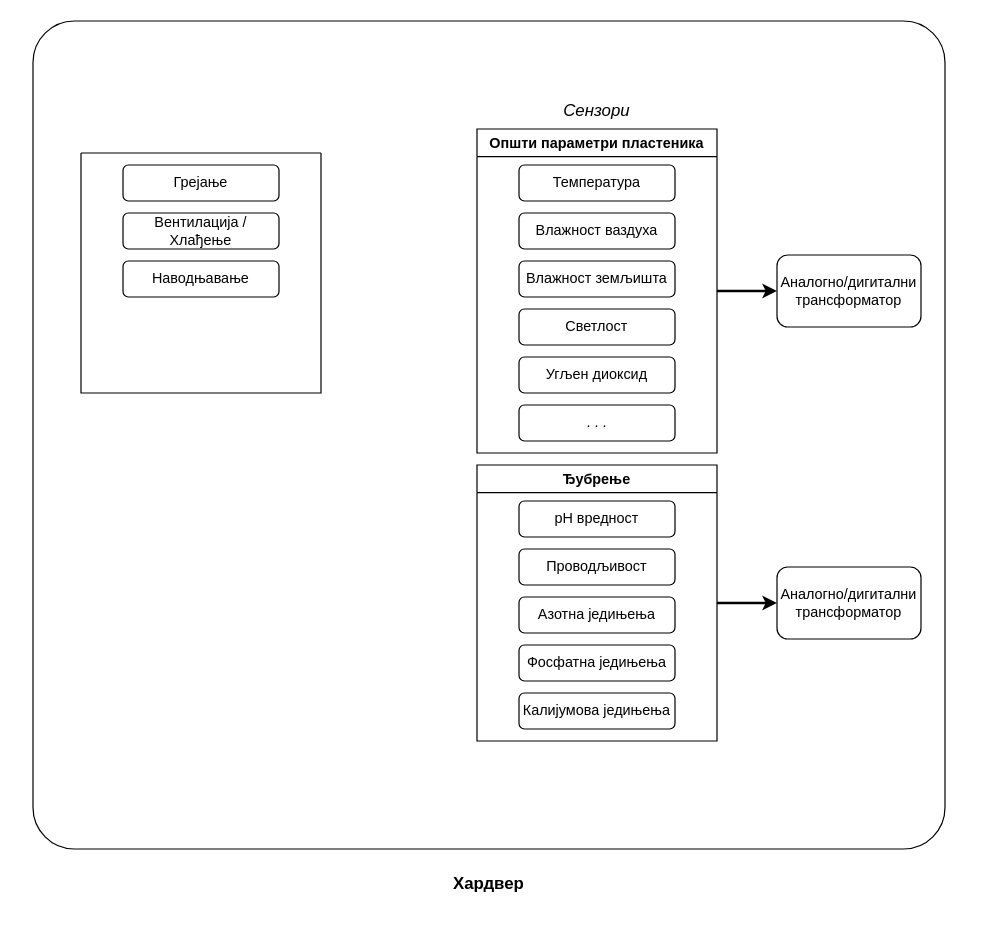
bozzano101/FuzzyGreenhouse keeps this draw.io diagram as Support/Architectural design/ArchitectureOverview.drawio. Above is the earlier version. Source tidied: cells renumbered, new cells numbered last; positions are measured from the earlier drawing's top-left corner, leaving out a move shared by most shapes. Both pictures are drawn from the tidied source at 120%, with x=0, y=0 at pixel (32, 20).
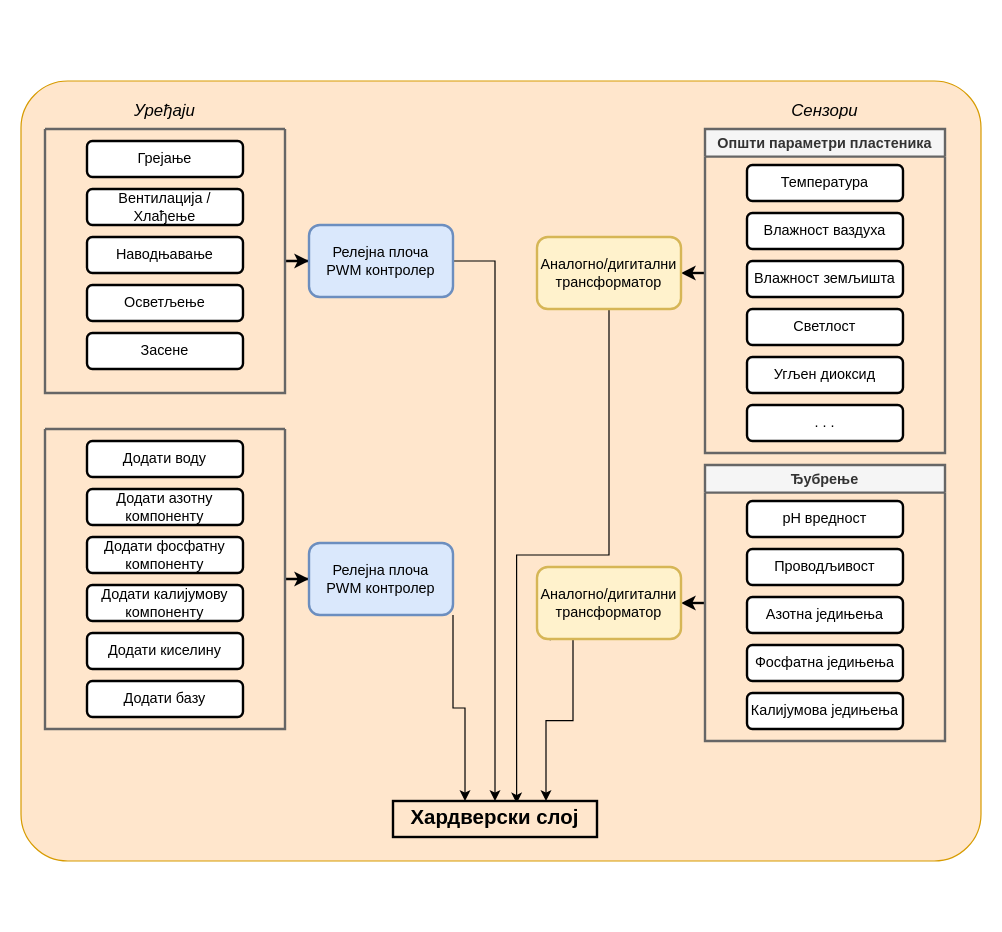
The same page after the edit.

The edit, as a diff of the source:
```diff
@@
-    <mxCell id="2" value="&lt;h3&gt;Хардвер&lt;br&gt;&lt;/h3&gt;" style="rounded=1;whiteSpace=wrap;html=1;labelPosition=center;verticalLabelPosition=bottom;align=center;verticalAlign=top;horizontal=1;arcSize=5;" parent="1" vertex="1">
-      <mxGeometry width="760" height="690" as="geometry" />
-    </mxCell>
+    <mxCell id="26" style="rounded=1;whiteSpace=wrap;html=1;arcSize=6;fillColor=#ffe6cc;strokeColor=#d79b00;" parent="1" vertex="1">
+      <mxGeometry x="-10" y="50" width="800" height="650" as="geometry" />
+    </mxCell>
-    <mxCell id="3" style="edgeStyle=orthogonalEdgeStyle;rounded=0;jettySize=auto;html=1;exitX=1;exitY=0.5;exitDx=0;exitDy=0;entryX=0;entryY=0.5;entryDx=0;entryDy=0;strokeWidth=2;" parent="1" edge="1" source="4" target="20">
-      <mxGeometry relative="1" as="geometry" />
+    <mxCell id="3" style="edgeStyle=orthogonalEdgeStyle;rounded=0;jettySize=auto;html=1;entryX=1;entryY=0.5;entryDx=0;entryDy=0;strokeWidth=2;" parent="1" edge="1" target="20">
+      <mxGeometry relative="1" as="geometry">
+        <mxPoint x="560" y="210" as="sourcePoint" />
+      </mxGeometry>
     </mxCell>
-    <mxCell id="4" value="Општи параметри пластеника" style="swimlane;whiteSpace=wrap;html=1;" parent="1" vertex="1">
-      <mxGeometry x="370" y="90" width="200" height="270" as="geometry" />
+    <mxCell id="4" value="Општи параметри пластеника" style="swimlane;whiteSpace=wrap;html=1;strokeWidth=2;fillColor=#f5f5f5;fontColor=#333333;strokeColor=#666666;" parent="1" vertex="1">
+      <mxGeometry x="560" y="90" width="200" height="270" as="geometry" />
     </mxCell>
-    <mxCell id="5" value="Температура" style="rounded=1;whiteSpace=wrap;html=1;" parent="4" vertex="1">
+    <mxCell id="5" value="Температура" style="rounded=1;whiteSpace=wrap;html=1;strokeWidth=2;" parent="4" vertex="1">
       <mxGeometry x="35" y="30" width="130" height="30" as="geometry" />
     </mxCell>
-    <mxCell id="6" value="Влажност ваздуха" style="rounded=1;whiteSpace=wrap;html=1;" parent="4" vertex="1">
+    <mxCell id="6" value="Влажност ваздуха" style="rounded=1;whiteSpace=wrap;html=1;strokeWidth=2;" parent="4" vertex="1">
       <mxGeometry x="35" y="70" width="130" height="30" as="geometry" />
     </mxCell>
-    <mxCell id="7" value="Влажност земљишта" style="rounded=1;whiteSpace=wrap;html=1;" parent="4" vertex="1">
+    <mxCell id="7" value="Влажност земљишта" style="rounded=1;whiteSpace=wrap;html=1;strokeWidth=2;" parent="4" vertex="1">
       <mxGeometry x="35" y="110" width="130" height="30" as="geometry" />
     </mxCell>
-    <mxCell id="8" value="Угљен диоксид" style="rounded=1;whiteSpace=wrap;html=1;" parent="4" vertex="1">
+    <mxCell id="8" value="Угљен диоксид" style="rounded=1;whiteSpace=wrap;html=1;strokeWidth=2;" parent="4" vertex="1">
       <mxGeometry x="35" y="190" width="130" height="30" as="geometry" />
     </mxCell>
-    <mxCell id="9" value=". . ." style="rounded=1;whiteSpace=wrap;html=1;" parent="4" vertex="1">
+    <mxCell id="9" value=". . ." style="rounded=1;whiteSpace=wrap;html=1;strokeWidth=2;" parent="4" vertex="1">
       <mxGeometry x="35" y="230" width="130" height="30" as="geometry" />
     </mxCell>
-    <mxCell id="10" value="Светлост" style="rounded=1;whiteSpace=wrap;html=1;" parent="4" vertex="1">
+    <mxCell id="10" value="Светлост" style="rounded=1;whiteSpace=wrap;html=1;strokeWidth=2;" parent="4" vertex="1">
       <mxGeometry x="35" y="150" width="130" height="30" as="geometry" />
     </mxCell>
-    <mxCell id="11" value="Сензори " style="text;html=1;strokeColor=none;fillColor=none;align=center;verticalAlign=middle;whiteSpace=wrap;rounded=0;fontSize=14;fontStyle=2;" parent="1" vertex="1">
-      <mxGeometry x="440" y="60" width="60" height="30" as="geometry" />
+    <mxCell id="11" value="Сензори " style="text;html=1;strokeColor=none;fillColor=none;align=center;verticalAlign=middle;whiteSpace=wrap;rounded=0;fontSize=14;fontStyle=2;strokeWidth=2;" parent="1" vertex="1">
+      <mxGeometry x="630" y="60" width="60" height="30" as="geometry" />
     </mxCell>
-    <mxCell id="12" style="edgeStyle=orthogonalEdgeStyle;rounded=0;jettySize=auto;html=1;exitX=1;exitY=0.5;exitDx=0;exitDy=0;entryX=0;entryY=0.5;entryDx=0;entryDy=0;strokeWidth=2;" parent="1" edge="1" source="13" target="21">
+    <mxCell id="12" style="edgeStyle=orthogonalEdgeStyle;rounded=0;jettySize=auto;html=1;exitX=0;exitY=0.5;exitDx=0;exitDy=0;entryX=1;entryY=0.5;entryDx=0;entryDy=0;strokeWidth=2;" parent="1" edge="1" source="13" target="21">
       <mxGeometry relative="1" as="geometry" />
     </mxCell>
-    <mxCell id="13" value="Ђубрење" style="swimlane;whiteSpace=wrap;html=1;" parent="1" vertex="1">
-      <mxGeometry x="370" y="370" width="200" height="230" as="geometry" />
+    <mxCell id="13" value="Ђубрење" style="swimlane;whiteSpace=wrap;html=1;strokeWidth=2;fillColor=#f5f5f5;fontColor=#333333;strokeColor=#666666;" parent="1" vertex="1">
+      <mxGeometry x="560" y="370" width="200" height="230" as="geometry" />
     </mxCell>
-    <mxCell id="14" value="pH вредност" style="rounded=1;whiteSpace=wrap;html=1;" parent="13" vertex="1">
+    <mxCell id="14" value="pH вредност" style="rounded=1;whiteSpace=wrap;html=1;strokeWidth=2;" parent="13" vertex="1">
       <mxGeometry x="35" y="30" width="130" height="30" as="geometry" />
     </mxCell>
-    <mxCell id="15" value="Проводљивост" style="rounded=1;whiteSpace=wrap;html=1;" parent="13" vertex="1">
+    <mxCell id="15" value="Проводљивост" style="rounded=1;whiteSpace=wrap;html=1;strokeWidth=2;" parent="13" vertex="1">
       <mxGeometry x="35" y="70" width="130" height="30" as="geometry" />
     </mxCell>
-    <mxCell id="16" value="Aзотна једињења" style="rounded=1;whiteSpace=wrap;html=1;" parent="13" vertex="1">
+    <mxCell id="16" value="Aзотна једињења" style="rounded=1;whiteSpace=wrap;html=1;strokeWidth=2;" parent="13" vertex="1">
       <mxGeometry x="35" y="110" width="130" height="30" as="geometry" />
     </mxCell>
-    <mxCell id="17" value="Калијумова једињења" style="rounded=1;whiteSpace=wrap;html=1;" parent="13" vertex="1">
+    <mxCell id="17" value="Калијумова једињења" style="rounded=1;whiteSpace=wrap;html=1;strokeWidth=2;" parent="13" vertex="1">
       <mxGeometry x="35" y="190" width="130" height="30" as="geometry" />
     </mxCell>
-    <mxCell id="18" value="Фосфатна једињења" style="rounded=1;whiteSpace=wrap;html=1;" parent="13" vertex="1">
+    <mxCell id="18" value="Фосфатна једињења" style="rounded=1;whiteSpace=wrap;html=1;strokeWidth=2;" parent="13" vertex="1">
       <mxGeometry x="35" y="150" width="130" height="30" as="geometry" />
     </mxCell>
-    <mxCell id="19" style="edgeStyle=orthogonalEdgeStyle;rounded=0;orthogonalLoop=1;jettySize=auto;html=1;exitX=0.5;exitY=1;exitDx=0;exitDy=0;" parent="13" edge="1" source="18" target="18">
+    <mxCell id="19" style="edgeStyle=orthogonalEdgeStyle;rounded=0;orthogonalLoop=1;jettySize=auto;html=1;exitX=0.5;exitY=1;exitDx=0;exitDy=0;strokeWidth=2;" parent="13" edge="1" source="18" target="18">
       <mxGeometry relative="1" as="geometry" />
     </mxCell>
+    <mxCell id="27" style="edgeStyle=orthogonalEdgeStyle;rounded=0;jettySize=auto;html=1;entryX=0.606;entryY=0.067;entryDx=0;entryDy=0;entryPerimeter=0;" parent="1" edge="1" source="20" target="45">
+      <mxGeometry relative="1" as="geometry" />
+    </mxCell>
-    <mxCell id="20" value="Аналогно/дигитални трансформатор" style="rounded=1;whiteSpace=wrap;html=1;" parent="1" vertex="1">
-      <mxGeometry x="620" y="195" width="120" height="60" as="geometry" />
+    <mxCell id="20" value="Аналогно/дигитални трансформатор" style="rounded=1;whiteSpace=wrap;html=1;strokeWidth=2;fillColor=#fff2cc;strokeColor=#d6b656;" parent="1" vertex="1">
+      <mxGeometry x="420" y="180" width="120" height="60" as="geometry" />
     </mxCell>
+    <mxCell id="28" style="edgeStyle=orthogonalEdgeStyle;rounded=0;jettySize=auto;html=1;exitX=0.092;exitY=1.017;exitDx=0;exitDy=0;entryX=0.75;entryY=0;entryDx=0;entryDy=0;exitPerimeter=0;" parent="1" edge="1" source="21" target="45">
+      <mxGeometry relative="1" as="geometry">
+        <Array as="points">
+          <mxPoint x="431" y="515" />
+          <mxPoint x="450" y="515" />
+          <mxPoint x="450" y="583" />
+          <mxPoint x="428" y="583" />
+        </Array>
+      </mxGeometry>
+    </mxCell>
-    <mxCell id="21" value="Аналогно/дигитални трансформатор" style="rounded=1;whiteSpace=wrap;html=1;strokeWidth=1;" parent="1" vertex="1">
-      <mxGeometry x="620" y="455" width="120" height="60" as="geometry" />
+    <mxCell id="21" value="Аналогно/дигитални трансформатор" style="rounded=1;whiteSpace=wrap;html=1;strokeWidth=2;fillColor=#fff2cc;strokeColor=#d6b656;" parent="1" vertex="1">
+      <mxGeometry x="420" y="455" width="120" height="60" as="geometry" />
     </mxCell>
+    <mxCell id="29" style="edgeStyle=orthogonalEdgeStyle;rounded=0;jettySize=auto;html=1;entryX=0;entryY=0.5;entryDx=0;entryDy=0;strokeWidth=2;" parent="1" edge="1" source="22" target="42">
+      <mxGeometry relative="1" as="geometry" />
+    </mxCell>
-    <mxCell id="22" style="swimlane;startSize=0;" parent="1" vertex="1">
-      <mxGeometry x="40" y="110" width="200" height="200" as="geometry" />
+    <mxCell id="22" style="swimlane;startSize=0;strokeWidth=2;fillColor=#f5f5f5;fontColor=#333333;strokeColor=#666666;" parent="1" vertex="1">
+      <mxGeometry x="10" y="90" width="200" height="220" as="geometry" />
     </mxCell>
-    <mxCell id="23" value="Вентилација / Хлађење" style="rounded=1;whiteSpace=wrap;html=1;" parent="22" vertex="1">
+    <mxCell id="23" value="Вентилација / Хлађење" style="rounded=1;whiteSpace=wrap;html=1;strokeWidth=2;" parent="22" vertex="1">
       <mxGeometry x="35" y="50" width="130" height="30" as="geometry" />
     </mxCell>
-    <mxCell id="24" value="Грејање" style="rounded=1;whiteSpace=wrap;html=1;" parent="1" vertex="1">
-      <mxGeometry x="75" y="120" width="130" height="30" as="geometry" />
+    <mxCell id="24" value="Грејање" style="rounded=1;whiteSpace=wrap;html=1;strokeWidth=2;" parent="1" vertex="1">
+      <mxGeometry x="45" y="100" width="130" height="30" as="geometry" />
     </mxCell>
-    <mxCell id="25" value="Наводњавање" style="rounded=1;whiteSpace=wrap;html=1;" parent="1" vertex="1">
-      <mxGeometry x="75" y="200" width="130" height="30" as="geometry" />
+    <mxCell id="25" value="Наводњавање" style="rounded=1;whiteSpace=wrap;html=1;strokeWidth=2;" parent="1" vertex="1">
+      <mxGeometry x="45" y="180" width="130" height="30" as="geometry" />
     </mxCell>
+    <mxCell id="30" value="Осветљење" style="rounded=1;whiteSpace=wrap;html=1;strokeWidth=2;" parent="1" vertex="1">
+      <mxGeometry x="45" y="220" width="130" height="30" as="geometry" />
+    </mxCell>
+    <mxCell id="31" value="Засене" style="rounded=1;whiteSpace=wrap;html=1;strokeWidth=2;" parent="1" vertex="1">
+      <mxGeometry x="45" y="260" width="130" height="30" as="geometry" />
+    </mxCell>
+    <mxCell id="32" style="edgeStyle=orthogonalEdgeStyle;rounded=0;jettySize=auto;html=1;entryX=0;entryY=0.5;entryDx=0;entryDy=0;strokeWidth=2;" parent="1" edge="1" source="33" target="44">
+      <mxGeometry relative="1" as="geometry" />
+    </mxCell>
+    <mxCell id="33" style="swimlane;startSize=0;strokeWidth=2;fillColor=#f5f5f5;fontColor=#333333;strokeColor=#666666;" parent="1" vertex="1">
+      <mxGeometry x="10" y="340" width="200" height="250" as="geometry" />
+    </mxCell>
+    <mxCell id="34" value="Додати воду" style="rounded=1;whiteSpace=wrap;html=1;strokeWidth=2;" parent="33" vertex="1">
+      <mxGeometry x="35" y="10" width="130" height="30" as="geometry" />
+    </mxCell>
+    <mxCell id="35" value="Додати азотну компоненту" style="rounded=1;whiteSpace=wrap;html=1;strokeWidth=2;" parent="33" vertex="1">
+      <mxGeometry x="35" y="50" width="130" height="30" as="geometry" />
+    </mxCell>
+    <mxCell id="36" value="Додати фосфатну компоненту" style="rounded=1;whiteSpace=wrap;html=1;strokeWidth=2;" parent="33" vertex="1">
+      <mxGeometry x="35" y="90" width="130" height="30" as="geometry" />
+    </mxCell>
+    <mxCell id="37" value="Додати калијумову компоненту" style="rounded=1;whiteSpace=wrap;html=1;strokeWidth=2;" parent="33" vertex="1">
+      <mxGeometry x="35" y="130" width="130" height="30" as="geometry" />
+    </mxCell>
+    <mxCell id="38" value="Додати киселину" style="rounded=1;whiteSpace=wrap;html=1;strokeWidth=2;" parent="1" vertex="1">
+      <mxGeometry x="45" y="510" width="130" height="30" as="geometry" />
+    </mxCell>
+    <mxCell id="39" value="Додати базу" style="rounded=1;whiteSpace=wrap;html=1;strokeWidth=2;" parent="1" vertex="1">
+      <mxGeometry x="45" y="550" width="130" height="30" as="geometry" />
+    </mxCell>
+    <mxCell id="40" value="Уређаји" style="text;html=1;strokeColor=none;fillColor=none;align=center;verticalAlign=middle;whiteSpace=wrap;rounded=0;fontSize=14;fontStyle=2;strokeWidth=2;" parent="1" vertex="1">
+      <mxGeometry x="80" y="60" width="60" height="30" as="geometry" />
+    </mxCell>
+    <mxCell id="41" style="edgeStyle=orthogonalEdgeStyle;rounded=0;jettySize=auto;html=1;exitX=1;exitY=0.5;exitDx=0;exitDy=0;entryX=0.5;entryY=0;entryDx=0;entryDy=0;" parent="1" edge="1" source="42" target="45">
+      <mxGeometry relative="1" as="geometry" />
+    </mxCell>
+    <mxCell id="42" value="&lt;div&gt;Релејна плоча&lt;/div&gt;&lt;div&gt;PWM контролер&lt;br&gt; &lt;/div&gt;" style="rounded=1;whiteSpace=wrap;html=1;strokeWidth=2;fillColor=#dae8fc;strokeColor=#6c8ebf;" parent="1" vertex="1">
+      <mxGeometry x="230" y="170" width="120" height="60" as="geometry" />
+    </mxCell>
+    <mxCell id="43" style="edgeStyle=orthogonalEdgeStyle;rounded=0;jettySize=auto;html=1;exitX=1;exitY=1;exitDx=0;exitDy=0;entryX=0.353;entryY=0;entryDx=0;entryDy=0;entryPerimeter=0;" parent="1" edge="1" source="44" target="45">
+      <mxGeometry relative="1" as="geometry" />
+    </mxCell>
+    <mxCell id="44" value="&lt;div&gt;Релејна плоча&lt;/div&gt;&lt;div&gt;PWM контролер&lt;br&gt; &lt;/div&gt;" style="rounded=1;whiteSpace=wrap;html=1;strokeWidth=2;fillColor=#dae8fc;strokeColor=#6c8ebf;" parent="1" vertex="1">
+      <mxGeometry x="230" y="435" width="120" height="60" as="geometry" />
+    </mxCell>
+    <mxCell id="45" value="Хардверски слој" style="rounded=0;whiteSpace=wrap;html=1;fontStyle=1;fontSize=17;fillColor=#ffe6cc;strokeColor=#000000;strokeWidth=2;" parent="1" vertex="1">
+      <mxGeometry x="300" y="650" width="170" height="30" as="geometry" />
+    </mxCell>
```
